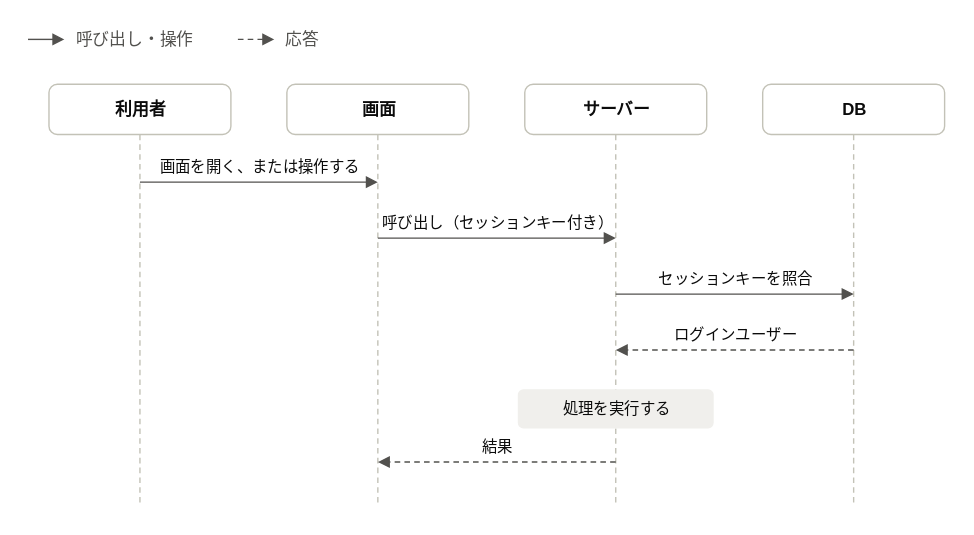
The draw.io diagram demo/101_販売管理システム/標準仕様書_ログインの流れ_画面を開く・操作する.drawio.svg in halllky/NijoAppScaffold, before a commit. Source tidied: cells renumbered, new cells last; positions are measured from the earlier drawing's top-left corner, leaving out a move shared by most shapes.
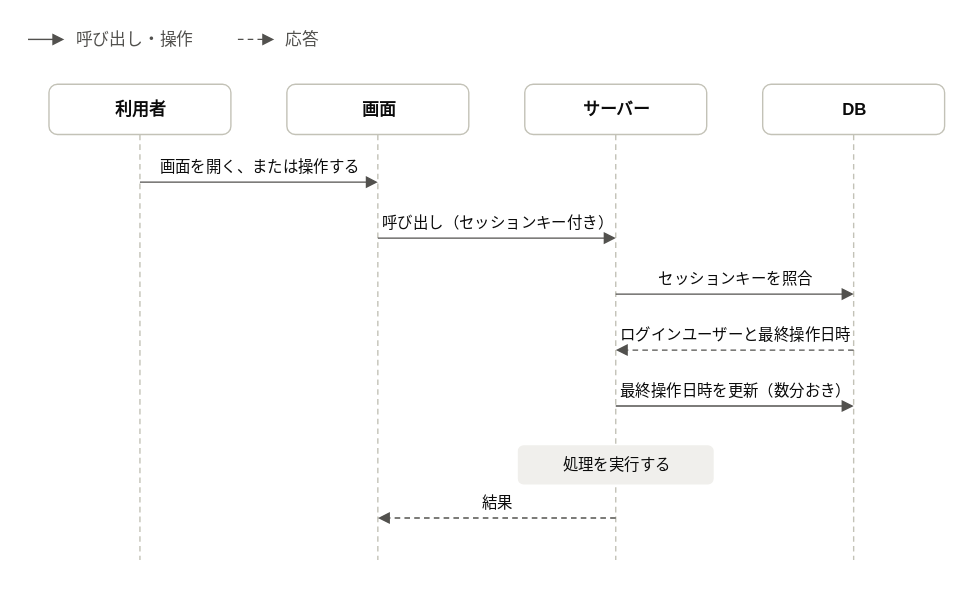
After the change.

What changed in the source:
```diff
@@ -5,25 +5,25 @@
     <mxCell id="2" style="html=1;rounded=0;endArrow=none;endFill=1;endSize=6;startArrow=none;strokeColor=#c3c2b7;strokeWidth=1;fontSize=11;fontColor=#52514e;labelBackgroundColor=#ffffff;dashed=1;dashPattern=4 3;" parent="1" edge="1">
       <mxGeometry relative="1" as="geometry">
         <mxPoint x="80" y="76" as="sourcePoint" />
-        <mxPoint x="80" y="340" as="targetPoint" />
+        <mxPoint x="80" y="380" as="targetPoint" />
       </mxGeometry>
     </mxCell>
     <mxCell id="3" style="html=1;rounded=0;endArrow=none;endFill=1;endSize=6;startArrow=none;strokeColor=#c3c2b7;strokeWidth=1;fontSize=11;fontColor=#52514e;labelBackgroundColor=#ffffff;dashed=1;dashPattern=4 3;" parent="1" edge="1">
       <mxGeometry relative="1" as="geometry">
         <mxPoint x="250" y="76" as="sourcePoint" />
-        <mxPoint x="250" y="340" as="targetPoint" />
+        <mxPoint x="250" y="380" as="targetPoint" />
       </mxGeometry>
     </mxCell>
     <mxCell id="4" style="html=1;rounded=0;endArrow=none;endFill=1;endSize=6;startArrow=none;strokeColor=#c3c2b7;strokeWidth=1;fontSize=11;fontColor=#52514e;labelBackgroundColor=#ffffff;dashed=1;dashPattern=4 3;" parent="1" edge="1">
       <mxGeometry relative="1" as="geometry">
         <mxPoint x="420" y="76" as="sourcePoint" />
-        <mxPoint x="420" y="340" as="targetPoint" />
+        <mxPoint x="420" y="380" as="targetPoint" />
       </mxGeometry>
     </mxCell>
     <mxCell id="5" style="html=1;rounded=0;endArrow=none;endFill=1;endSize=6;startArrow=none;strokeColor=#c3c2b7;strokeWidth=1;fontSize=11;fontColor=#52514e;labelBackgroundColor=#ffffff;dashed=1;dashPattern=4 3;" parent="1" edge="1">
       <mxGeometry relative="1" as="geometry">
         <mxPoint x="590" y="76" as="sourcePoint" />
-        <mxPoint x="590" y="340" as="targetPoint" />
+        <mxPoint x="590" y="380" as="targetPoint" />
       </mxGeometry>
     </mxCell>
     <mxCell id="6" style="html=1;rounded=0;endArrow=block;endFill=1;endSize=6;startArrow=none;strokeColor=#52514e;strokeWidth=1;fontSize=11;fontColor=#52514e;labelBackgroundColor=#ffffff;" parent="1" edge="1">
@@ -101,23 +101,32 @@
         <mxPoint x="420" y="230" as="targetPoint" />
       </mxGeometry>
     </mxCell>
-    <mxCell id="25" value="ログインユーザー" style="text;html=1;align=center;verticalAlign=middle;fontSize=11;fontColor=#0b0b0b;fontStyle=0;spacing=0;" parent="1" vertex="1">
+    <mxCell id="25" value="ログインユーザーと最終操作日時" style="text;html=1;align=center;verticalAlign=middle;fontSize=11;fontColor=#0b0b0b;fontStyle=0;spacing=0;" parent="1" vertex="1">
       <mxGeometry x="405" y="211" width="200" height="16" as="geometry" />
     </mxCell>
-    <mxCell id="26" style="rounded=1;absoluteArcSize=1;arcSize=8;html=1;fillColor=#f0efec;strokeColor=none;strokeWidth=1;" parent="1" vertex="1">
-      <mxGeometry x="350" y="258" width="140" height="28" as="geometry" />
+    <mxCell id="26" style="html=1;rounded=0;endArrow=block;endFill=1;endSize=6;startArrow=none;strokeColor=#52514e;strokeWidth=1;fontSize=11;fontColor=#52514e;labelBackgroundColor=#ffffff;" parent="1" edge="1">
+      <mxGeometry relative="1" as="geometry">
+        <mxPoint x="420" y="270" as="sourcePoint" />
+        <mxPoint x="590" y="270" as="targetPoint" />
+      </mxGeometry>
     </mxCell>
-    <mxCell id="27" value="処理を実行する" style="text;html=1;align=center;verticalAlign=middle;fontSize=11;fontColor=#0b0b0b;fontStyle=0;spacing=0;" parent="1" vertex="1">
-      <mxGeometry x="354" y="258" width="132" height="28" as="geometry" />
+    <mxCell id="27" value="最終操作日時を更新（数分おき）" style="text;html=1;align=center;verticalAlign=middle;fontSize=11;fontColor=#0b0b0b;fontStyle=0;spacing=0;" parent="1" vertex="1">
+      <mxGeometry x="405" y="251" width="200" height="16" as="geometry" />
     </mxCell>
-    <mxCell id="28" style="html=1;rounded=0;endArrow=block;endFill=1;endSize=6;startArrow=none;strokeColor=#52514e;strokeWidth=1;fontSize=11;fontColor=#52514e;labelBackgroundColor=#ffffff;dashed=1;dashPattern=4 3;" parent="1" edge="1">
-      <mxGeometry relative="1" as="geometry">
-        <mxPoint x="420" y="310" as="sourcePoint" />
-        <mxPoint x="250" y="310" as="targetPoint" />
-      </mxGeometry>
+    <mxCell id="28" style="rounded=1;absoluteArcSize=1;arcSize=8;html=1;fillColor=#f0efec;strokeColor=none;strokeWidth=1;" parent="1" vertex="1">
+      <mxGeometry x="350" y="298" width="140" height="28" as="geometry" />
     </mxCell>
-    <mxCell id="29" value="結果" style="text;html=1;align=center;verticalAlign=middle;fontSize=11;fontColor=#0b0b0b;fontStyle=0;spacing=0;" parent="1" vertex="1">
-      <mxGeometry x="235" y="291" width="200" height="16" as="geometry" />
+    <mxCell id="29" value="処理を実行する" style="text;html=1;align=center;verticalAlign=middle;fontSize=11;fontColor=#0b0b0b;fontStyle=0;spacing=0;" parent="1" vertex="1">
+      <mxGeometry x="354" y="298" width="132" height="28" as="geometry" />
     </mxCell>
+    <mxCell id="30" style="html=1;rounded=0;endArrow=block;endFill=1;endSize=6;startArrow=none;strokeColor=#52514e;strokeWidth=1;fontSize=11;fontColor=#52514e;labelBackgroundColor=#ffffff;dashed=1;dashPattern=4 3;" parent="1" edge="1">
+      <mxGeometry relative="1" as="geometry">
+        <mxPoint x="420" y="350" as="sourcePoint" />
+        <mxPoint x="250" y="350" as="targetPoint" />
+      </mxGeometry>
+    </mxCell>
+    <mxCell id="31" value="結果" style="text;html=1;align=center;verticalAlign=middle;fontSize=11;fontColor=#0b0b0b;fontStyle=0;spacing=0;" parent="1" vertex="1">
+      <mxGeometry x="235" y="331" width="200" height="16" as="geometry" />
+    </mxCell>
   </root>
 </mxGraphModel>
```
